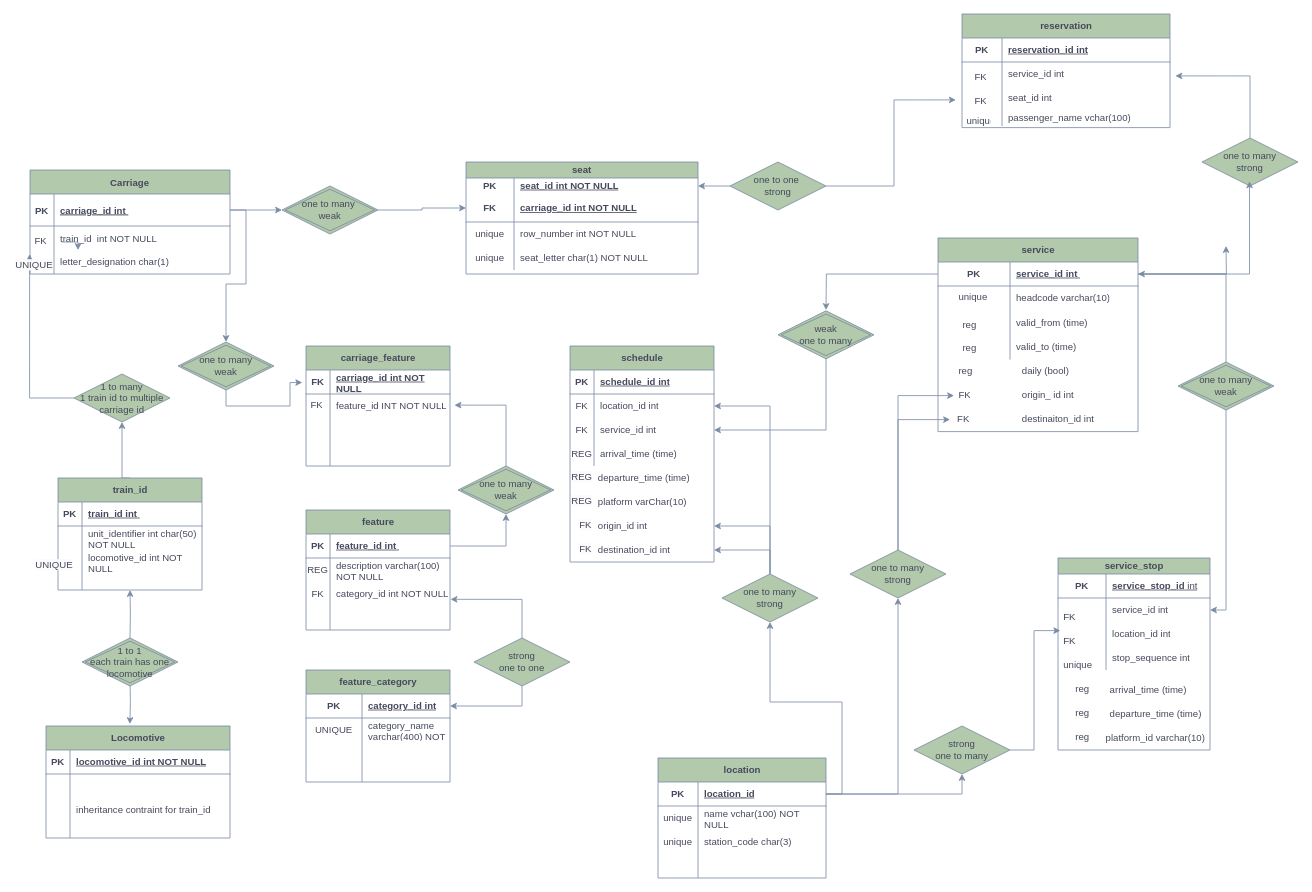
emmiedrummondtextiles/CS5014_P1 keeps this draw.io diagram as Untitled Diagram.drawio. Above is the earlier version. Source tidied: cells renumbered, new cells numbered last; positions are measured from the earlier drawing's top-left corner, leaving out a move shared by most shapes. Both pictures are drawn from the tidied source at 80%, with x=0, y=0 at pixel (14, 14).
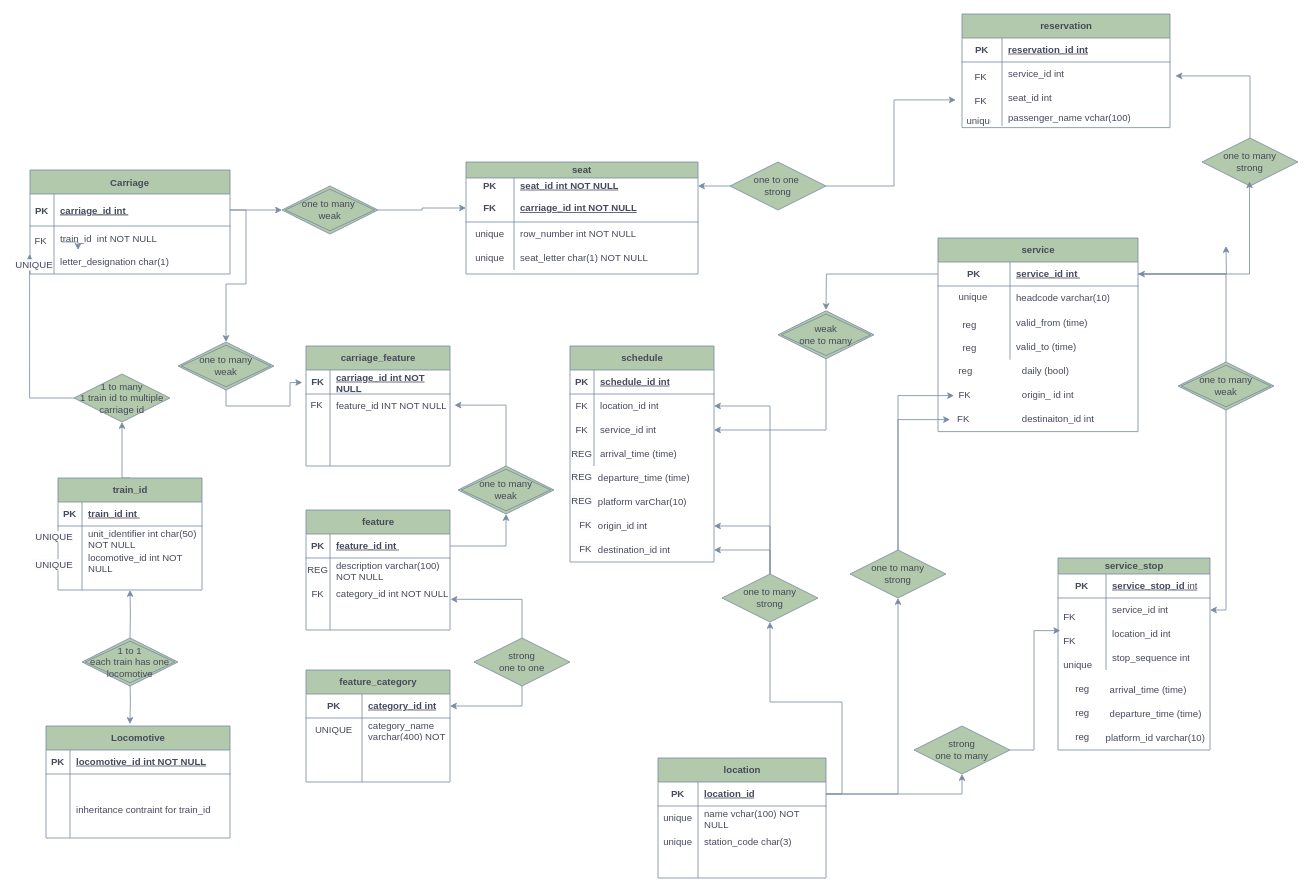
The same page after the edit.

Change to the diagram source:
```diff
@@
+    <mxCell id="235" value="&lt;span style=&quot;color: rgb(70, 73, 93); font-family: Helvetica; font-size: 12px; font-style: normal; font-variant-ligatures: normal; font-variant-caps: normal; font-weight: 400; letter-spacing: normal; orphans: 2; text-align: center; text-indent: 0px; text-transform: none; widows: 2; word-spacing: 0px; -webkit-text-stroke-width: 0px; white-space: normal; background-color: rgb(251, 251, 251); text-decoration-thickness: initial; text-decoration-style: initial; text-decoration-color: initial; display: inline !important; float: none;&quot;&gt;UNIQUE&lt;/span&gt;" style="text;whiteSpace=wrap;html=1;fontColor=#46495D;" parent="1" vertex="1">
+      <mxGeometry x="25" y="640" width="80" height="40" as="geometry" />
+    </mxCell>
```
